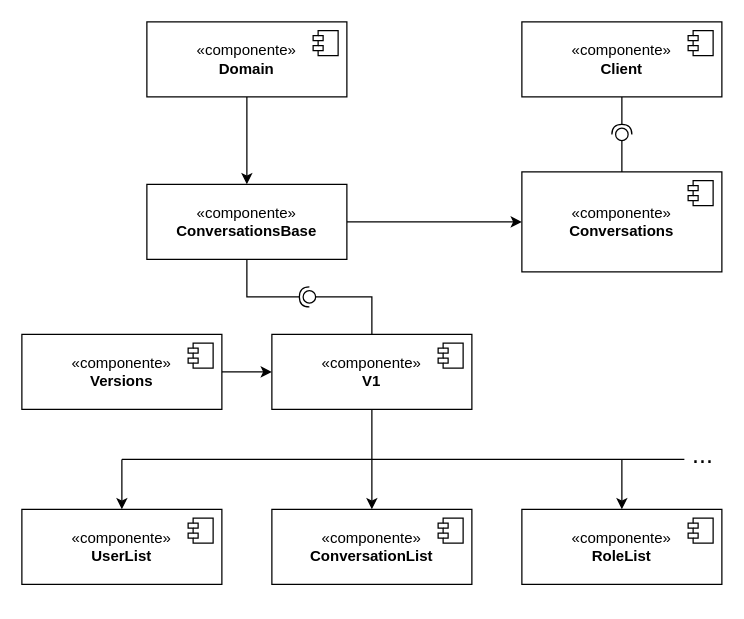
PepeCoral/twilio-latex keeps this draw.io diagram as VistaFuncionalDominio.drawio. Above is the earlier version. Source tidied: cells renumbered, new cells numbered last; positions are measured from the earlier drawing's top-left corner, leaving out a move shared by most shapes. Both pictures are drawn from the tidied source at 125%, with x=0, y=0 at pixel (21, 21).
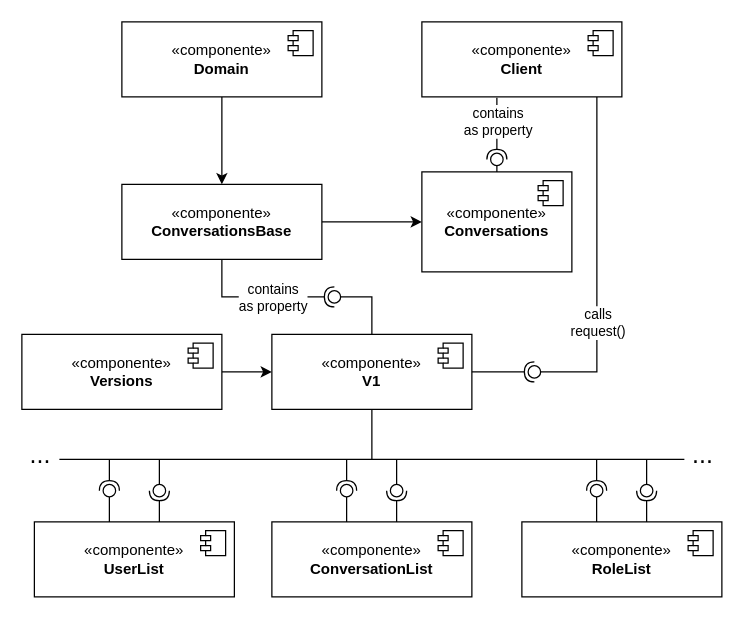
After the change.

Commit message (it also covers changes not shown here):
Vista de dominio

The change refers to these unchanged cells:
```xml
<mxCell id="11" value="«componente»&lt;br&gt;&lt;b&gt;V1&lt;/b&gt;" style="html=1;whiteSpace=wrap;" parent="1" vertex="1">
  <mxGeometry x="200" y="250" width="160" height="60" as="geometry" />
</mxCell>
```

What changed in the source:
```diff
@@
     <mxCell id="3" value="«componente»&lt;br&gt;&lt;b&gt;Conversations&lt;/b&gt;" style="html=1;whiteSpace=wrap;" parent="1" vertex="1">
-      <mxGeometry x="400" y="120" width="160" height="80" as="geometry" />
+      <mxGeometry x="320" y="120" width="120" height="80" as="geometry" />
     </mxCell>
@@
     <mxCell id="6" value="«componente»&lt;br&gt;&lt;b&gt;ConversationsBase&lt;/b&gt;" style="html=1;whiteSpace=wrap;" parent="1" vertex="1">
-      <mxGeometry x="100" y="130" width="160" height="60" as="geometry" />
+      <mxGeometry x="80" y="130" width="160" height="60" as="geometry" />
     </mxCell>
@@
     <mxCell id="8" value="«componente»&lt;br&gt;&lt;b&gt;Domain&lt;/b&gt;" style="html=1;whiteSpace=wrap;" parent="1" vertex="1">
-      <mxGeometry x="100" width="160" height="60" as="geometry" />
+      <mxGeometry x="80" width="160" height="60" as="geometry" />
     </mxCell>
@@
-    <mxCell id="10" style="edgeStyle=orthogonalEdgeStyle;rounded=0;jettySize=auto;html=1;exitX=0.5;exitY=1;exitDx=0;exitDy=0;entryX=0.5;entryY=0;entryDx=0;entryDy=0;" parent="1" edge="1" source="11" target="26">
-      <mxGeometry relative="1" as="geometry" />
-    </mxCell>
@@
     <mxCell id="16" value="«componente»&lt;br&gt;&lt;b&gt;Client&lt;/b&gt;" style="html=1;whiteSpace=wrap;" parent="1" vertex="1">
-      <mxGeometry x="400" width="160" height="60" as="geometry" />
+      <mxGeometry x="320" width="160" height="60" as="geometry" />
     </mxCell>
@@
-    <mxCell id="18" style="rounded=0;jettySize=auto;html=1;endArrow=halfCircle;endFill=0;endSize=6;strokeWidth=1;sketch=0;exitX=0.5;exitY=1;exitDx=0;exitDy=0;" parent="1" edge="1" source="16">
+    <mxCell id="18" style="rounded=0;jettySize=auto;html=1;endArrow=halfCircle;endFill=0;endSize=6;strokeWidth=1;sketch=0;exitX=0.375;exitY=1.01;exitDx=0;exitDy=0;exitPerimeter=0;" parent="1" edge="1" source="16">
       <mxGeometry relative="1" as="geometry">
-        <mxPoint x="480" y="90" as="targetPoint" />
+        <mxPoint x="380" y="110" as="targetPoint" />
       </mxGeometry>
     </mxCell>
+    <mxCell id="32" value="contains&lt;br&gt;as property" style="edgeLabel;html=1;align=center;verticalAlign=middle;" parent="18" vertex="1">
+      <mxGeometry x="-0.5" y="-2" relative="1" as="geometry">
+        <mxPoint x="2" y="7" as="offset" />
+      </mxGeometry>
+    </mxCell>
     <mxCell id="19" style="rounded=0;jettySize=auto;html=1;endArrow=oval;endFill=0;sketch=0;sourcePerimeterSpacing=0;targetPerimeterSpacing=0;endSize=10;exitX=0.5;exitY=0;exitDx=0;exitDy=0;" parent="1" edge="1" source="3">
       <mxGeometry relative="1" as="geometry">
-        <mxPoint x="480" y="90" as="targetPoint" />
+        <mxPoint x="380" y="110" as="targetPoint" />
       </mxGeometry>
     </mxCell>
     <mxCell id="20" style="rounded=0;jettySize=auto;html=1;endArrow=halfCircle;endFill=0;endSize=6;strokeWidth=1;sketch=0;exitX=0.5;exitY=1;exitDx=0;exitDy=0;" parent="1" edge="1" source="6">
       <mxGeometry relative="1" as="geometry">
-        <mxPoint x="230" y="220" as="targetPoint" />
+        <mxPoint x="250" y="220" as="targetPoint" />
         <Array as="points">
-          <mxPoint x="180" y="220" />
+          <mxPoint x="160" y="220" />
         </Array>
       </mxGeometry>
     </mxCell>
     <mxCell id="21" style="rounded=0;jettySize=auto;html=1;endArrow=oval;endFill=0;sketch=0;sourcePerimeterSpacing=0;targetPerimeterSpacing=0;endSize=10;exitX=0.5;exitY=0;exitDx=0;exitDy=0;" parent="1" edge="1" source="11">
       <mxGeometry relative="1" as="geometry">
-        <mxPoint x="230" y="220" as="targetPoint" />
+        <mxPoint x="250" y="220" as="targetPoint" />
         <Array as="points">
           <mxPoint x="280" y="220" />
         </Array>
       </mxGeometry>
     </mxCell>
@@
     <mxCell id="23" style="endArrow=none;html=1;rounded=0;" parent="1" edge="1">
       <mxGeometry relative="1" as="geometry">
-        <mxPoint x="80" y="350" as="sourcePoint" />
+        <mxPoint x="30" y="350" as="sourcePoint" />
         <mxPoint x="530" y="350" as="targetPoint" />
       </mxGeometry>
     </mxCell>
     <mxCell id="24" value="«componente»&lt;br&gt;&lt;b&gt;RoleList&lt;/b&gt;" style="html=1;whiteSpace=wrap;" parent="1" vertex="1">
-      <mxGeometry x="400" y="390" width="160" height="60" as="geometry" />
+      <mxGeometry x="400" y="400" width="160" height="60" as="geometry" />
     </mxCell>
@@
     <mxCell id="26" value="«componente»&lt;br&gt;&lt;b&gt;ConversationList&lt;/b&gt;" style="html=1;whiteSpace=wrap;" parent="1" vertex="1">
-      <mxGeometry x="200" y="390" width="160" height="60" as="geometry" />
+      <mxGeometry x="200" y="400" width="160" height="60" as="geometry" />
     </mxCell>
@@
     <mxCell id="28" value="«componente»&lt;br&gt;&lt;b&gt;UserList&lt;/b&gt;" style="html=1;whiteSpace=wrap;" parent="1" vertex="1">
-      <mxGeometry y="390" width="160" height="60" as="geometry" />
+      <mxGeometry x="10" y="400" width="160" height="60" as="geometry" />
     </mxCell>
@@
-    <mxCell id="30" style="endArrow=classic;html=1;rounded=0;entryX=0.5;entryY=0;entryDx=0;entryDy=0;" parent="1" edge="1" target="28">
-      <mxGeometry relative="1" as="geometry">
-        <mxPoint x="80" y="350" as="sourcePoint" />
-      </mxGeometry>
-    </mxCell>
-    <mxCell id="31" style="endArrow=classic;html=1;rounded=0;entryX=0.5;entryY=0;entryDx=0;entryDy=0;" parent="1" edge="1" target="24">
-      <mxGeometry relative="1" as="geometry">
-        <mxPoint x="480" y="350" as="sourcePoint" />
-      </mxGeometry>
-    </mxCell>
+    <mxCell id="33" value="&lt;font style=&quot;font-size: 20px;&quot;&gt;...&lt;/font&gt;" style="text;html=1;align=center;verticalAlign=middle;whiteSpace=wrap;rounded=0;fontSize=20;" parent="1" vertex="1">
+      <mxGeometry y="330" width="30" height="30" as="geometry" />
+    </mxCell>
+    <mxCell id="34" style="rounded=0;jettySize=auto;html=1;endArrow=halfCircle;endFill=0;endSize=6;strokeWidth=1;sketch=0;exitX=1;exitY=0.5;exitDx=0;exitDy=0;" parent="1" edge="1" source="11">
+      <mxGeometry relative="1" as="geometry">
+        <mxPoint x="410" y="280" as="targetPoint" />
+      </mxGeometry>
+    </mxCell>
+    <mxCell id="35" style="rounded=0;orthogonalLoop=1;jettySize=auto;html=1;endArrow=oval;endFill=0;sketch=0;sourcePerimeterSpacing=0;targetPerimeterSpacing=0;endSize=10;" parent="1" edge="1">
+      <mxGeometry relative="1" as="geometry">
+        <mxPoint x="460" y="60" as="sourcePoint" />
+        <mxPoint x="410" y="280" as="targetPoint" />
+        <Array as="points">
+          <mxPoint x="460" y="280" />
+        </Array>
+      </mxGeometry>
+    </mxCell>
+    <mxCell id="36" value="calls&lt;br&gt;request()" style="edgeLabel;html=1;align=center;verticalAlign=middle;" parent="35" vertex="1">
+      <mxGeometry x="0.38" y="-2" relative="1" as="geometry">
+        <mxPoint x="2" y="-6" as="offset" />
+      </mxGeometry>
+    </mxCell>
+    <mxCell id="37" style="ellipse;whiteSpace=wrap;html=1;align=center;fillColor=none;strokeColor=none;perimeter=centerPerimeter;" parent="1" vertex="1">
+      <mxGeometry x="245" y="280" width="10" height="10" as="geometry" />
+    </mxCell>
+    <mxCell id="38" value="contains&lt;br&gt;as property" style="edgeLabel;html=1;align=center;verticalAlign=middle;" parent="1" vertex="1">
+      <mxGeometry x="200" y="220" as="geometry" />
+    </mxCell>
+    <mxCell id="39" style="endArrow=none;html=1;rounded=0;exitX=0.5;exitY=1;exitDx=0;exitDy=0;" parent="1" edge="1" source="11">
+      <mxGeometry relative="1" as="geometry">
+        <mxPoint x="280" y="350" as="targetPoint" />
+      </mxGeometry>
+    </mxCell>
+    <mxCell id="40" style="rounded=0;orthogonalLoop=1;jettySize=auto;html=1;endArrow=halfCircle;endFill=0;endSize=6;strokeWidth=1;sketch=0;" parent="1" edge="1">
+      <mxGeometry relative="1" as="geometry">
+        <mxPoint x="110" y="400" as="sourcePoint" />
+        <mxPoint x="110" y="375" as="targetPoint" />
+      </mxGeometry>
+    </mxCell>
+    <mxCell id="41" style="rounded=0;orthogonalLoop=1;jettySize=auto;html=1;endArrow=oval;endFill=0;sketch=0;sourcePerimeterSpacing=0;targetPerimeterSpacing=0;endSize=10;" parent="1" edge="1">
+      <mxGeometry relative="1" as="geometry">
+        <mxPoint x="110" y="350" as="sourcePoint" />
+        <mxPoint x="110" y="375" as="targetPoint" />
+      </mxGeometry>
+    </mxCell>
+    <mxCell id="42" style="rounded=0;orthogonalLoop=1;jettySize=auto;html=1;endArrow=oval;endFill=0;sketch=0;sourcePerimeterSpacing=0;targetPerimeterSpacing=0;endSize=10;" parent="1" edge="1">
+      <mxGeometry relative="1" as="geometry">
+        <mxPoint x="70" y="400" as="sourcePoint" />
+        <mxPoint x="70" y="375" as="targetPoint" />
+      </mxGeometry>
+    </mxCell>
+    <mxCell id="43" style="rounded=0;orthogonalLoop=1;jettySize=auto;html=1;endArrow=halfCircle;endFill=0;endSize=6;strokeWidth=1;sketch=0;" parent="1" edge="1">
+      <mxGeometry relative="1" as="geometry">
+        <mxPoint x="70" y="350" as="sourcePoint" />
+        <mxPoint x="70" y="375" as="targetPoint" />
+      </mxGeometry>
+    </mxCell>
+    <mxCell id="44" style="rounded=0;orthogonalLoop=1;jettySize=auto;html=1;endArrow=halfCircle;endFill=0;endSize=6;strokeWidth=1;sketch=0;" parent="1" edge="1">
+      <mxGeometry relative="1" as="geometry">
+        <mxPoint x="299.8" y="400" as="sourcePoint" />
+        <mxPoint x="299.8" y="375" as="targetPoint" />
+      </mxGeometry>
+    </mxCell>
+    <mxCell id="45" style="rounded=0;orthogonalLoop=1;jettySize=auto;html=1;endArrow=oval;endFill=0;sketch=0;sourcePerimeterSpacing=0;targetPerimeterSpacing=0;endSize=10;" parent="1" edge="1">
+      <mxGeometry relative="1" as="geometry">
+        <mxPoint x="299.8" y="350" as="sourcePoint" />
+        <mxPoint x="299.8" y="375" as="targetPoint" />
+      </mxGeometry>
+    </mxCell>
+    <mxCell id="46" style="rounded=0;orthogonalLoop=1;jettySize=auto;html=1;endArrow=oval;endFill=0;sketch=0;sourcePerimeterSpacing=0;targetPerimeterSpacing=0;endSize=10;" parent="1" edge="1">
+      <mxGeometry relative="1" as="geometry">
+        <mxPoint x="259.8" y="400" as="sourcePoint" />
+        <mxPoint x="259.8" y="375" as="targetPoint" />
+      </mxGeometry>
+    </mxCell>
+    <mxCell id="47" style="rounded=0;orthogonalLoop=1;jettySize=auto;html=1;endArrow=halfCircle;endFill=0;endSize=6;strokeWidth=1;sketch=0;" parent="1" edge="1">
+      <mxGeometry relative="1" as="geometry">
+        <mxPoint x="259.8" y="350" as="sourcePoint" />
+        <mxPoint x="259.8" y="375" as="targetPoint" />
+      </mxGeometry>
+    </mxCell>
+    <mxCell id="48" style="rounded=0;orthogonalLoop=1;jettySize=auto;html=1;endArrow=halfCircle;endFill=0;endSize=6;strokeWidth=1;sketch=0;" parent="1" edge="1">
+      <mxGeometry relative="1" as="geometry">
+        <mxPoint x="499.8" y="400" as="sourcePoint" />
+        <mxPoint x="499.8" y="375" as="targetPoint" />
+      </mxGeometry>
+    </mxCell>
+    <mxCell id="49" style="rounded=0;orthogonalLoop=1;jettySize=auto;html=1;endArrow=oval;endFill=0;sketch=0;sourcePerimeterSpacing=0;targetPerimeterSpacing=0;endSize=10;" parent="1" edge="1">
+      <mxGeometry relative="1" as="geometry">
+        <mxPoint x="499.8" y="350" as="sourcePoint" />
+        <mxPoint x="499.8" y="375" as="targetPoint" />
+      </mxGeometry>
+    </mxCell>
+    <mxCell id="50" style="rounded=0;orthogonalLoop=1;jettySize=auto;html=1;endArrow=oval;endFill=0;sketch=0;sourcePerimeterSpacing=0;targetPerimeterSpacing=0;endSize=10;" parent="1" edge="1">
+      <mxGeometry relative="1" as="geometry">
+        <mxPoint x="459.8" y="400" as="sourcePoint" />
+        <mxPoint x="459.8" y="375" as="targetPoint" />
+      </mxGeometry>
+    </mxCell>
+    <mxCell id="51" style="rounded=0;orthogonalLoop=1;jettySize=auto;html=1;endArrow=halfCircle;endFill=0;endSize=6;strokeWidth=1;sketch=0;" parent="1" edge="1">
+      <mxGeometry relative="1" as="geometry">
+        <mxPoint x="459.8" y="350" as="sourcePoint" />
+        <mxPoint x="459.8" y="375" as="targetPoint" />
+      </mxGeometry>
+    </mxCell>
```
